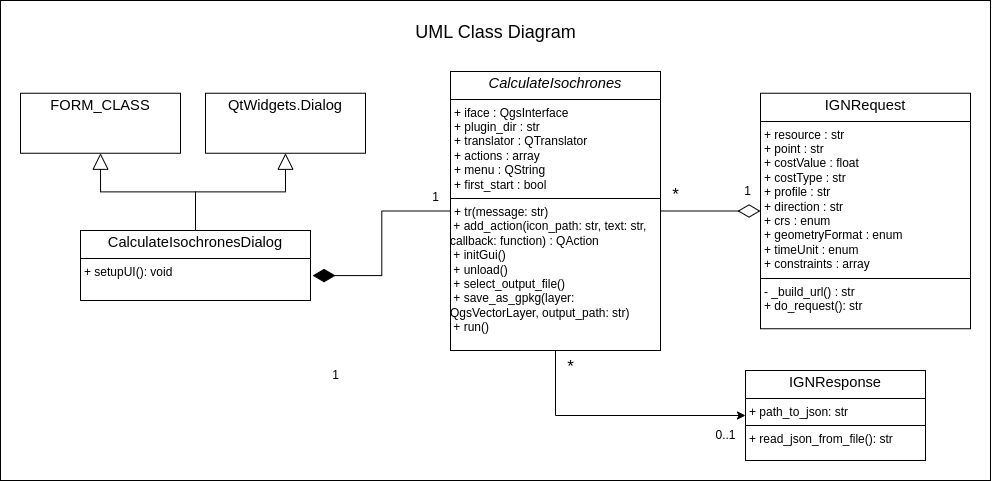
Before: diagrams/class_diagram.png, a diagram exported from draw.io (yolanda225/plugin-qgis-oop). Source tidied: cells renumbered, new cells last; positions are measured from the earlier drawing's top-left corner, leaving out a move shared by most shapes.
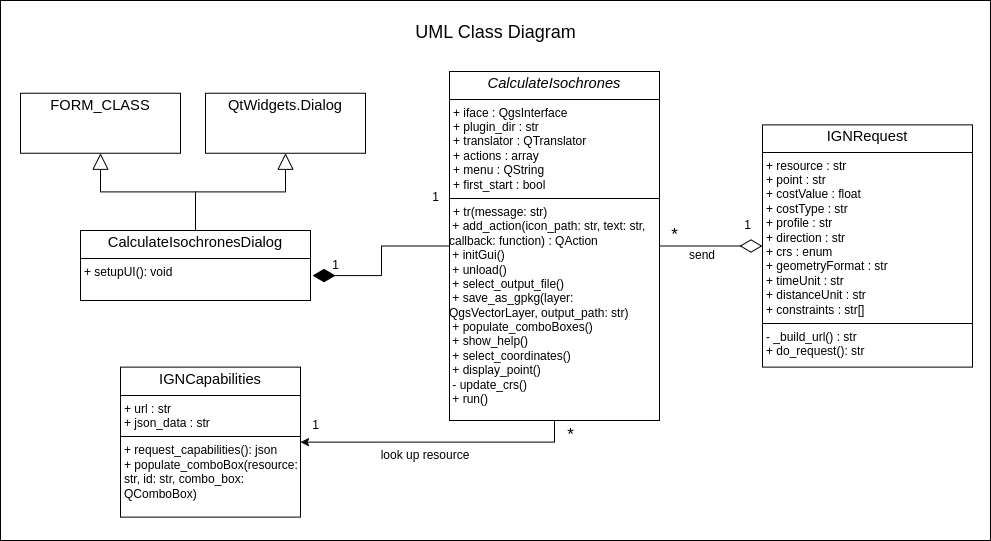
The same diagram one commit later.

Change to the diagram source:
```diff
@@ -3,7 +3,7 @@
     <mxCell id="0" />
     <mxCell id="1" parent="0" />
     <mxCell id="2" style="rounded=0;whiteSpace=wrap;html=1;" parent="1" vertex="1">
-      <mxGeometry width="990" height="480" as="geometry" />
+      <mxGeometry width="990" height="540" as="geometry" />
     </mxCell>
     <mxCell id="3" style="edgeStyle=orthogonalEdgeStyle;html=1;exitX=0.5;exitY=0;exitDx=0;exitDy=0;endArrow=block;endFill=0;endSize=14;entryX=0.5;entryY=1;entryDx=0;entryDy=0;fontColor=light-dark(#000000,#C0C0C0);rounded=0;curved=0;" parent="1" edge="1" source="13" target="12">
       <mxGeometry relative="1" as="geometry" />
@@ -17,20 +17,17 @@
     <mxCell id="6" value="&lt;font style=&quot;font-size: 18px;&quot;&gt;UML Class Diagram&lt;/font&gt;" style="text;html=1;align=center;verticalAlign=middle;strokeColor=none;fillColor=none;fontSize=21;" parent="1" vertex="1">
       <mxGeometry x="405" y="10" width="180" height="40" as="geometry" />
     </mxCell>
-    <mxCell id="7" style="edgeStyle=orthogonalEdgeStyle;html=1;exitX=0.5;exitY=1;exitDx=0;exitDy=0;entryX=0;entryY=0.5;entryDx=0;entryDy=0;rounded=0;curved=0;fontColor=light-dark(#000000,#C0C0C0);" parent="1" edge="1" source="14" target="16">
-      <mxGeometry relative="1" as="geometry" />
-    </mxCell>
     <mxCell id="8" value="1" style="text;html=1;align=center;verticalAlign=middle;strokeColor=none;fillColor=none;fontColor=light-dark(#000000,#C0C0C0);" parent="1" vertex="1">
-      <mxGeometry x="320" y="360" width="30" height="30" as="geometry" />
+      <mxGeometry x="320" y="250" width="30" height="30" as="geometry" />
     </mxCell>
-    <mxCell id="9" value="0..1" style="text;html=1;align=center;verticalAlign=middle;strokeColor=none;fillColor=none;fontColor=light-dark(#000000,#C0C0C0);" parent="1" vertex="1">
-      <mxGeometry x="705" y="420" width="40" height="30" as="geometry" />
+    <mxCell id="9" value="1" style="text;html=1;align=center;verticalAlign=middle;strokeColor=none;fillColor=none;fontColor=light-dark(#000000,#C0C0C0);" parent="1" vertex="1">
+      <mxGeometry x="300" y="410" width="30" height="30" as="geometry" />
     </mxCell>
     <mxCell id="10" value="1" style="text;html=1;align=center;verticalAlign=middle;strokeColor=none;fillColor=none;fontColor=light-dark(#000000,#C0C0C0);" parent="1" vertex="1">
-      <mxGeometry x="732" y="176" width="30" height="30" as="geometry" />
+      <mxGeometry x="732" y="210" width="30" height="30" as="geometry" />
     </mxCell>
     <mxCell id="11" value="*" style="text;html=1;align=center;verticalAlign=middle;strokeColor=none;fillColor=none;fontSize=17;fontColor=light-dark(#000000,#C0C0C0);" parent="1" vertex="1">
-      <mxGeometry x="555" y="352" width="30" height="30" as="geometry" />
+      <mxGeometry x="555" y="420" width="30" height="30" as="geometry" />
     </mxCell>
     <mxCell id="12" value="&lt;p style=&quot;margin:0px;margin-top:4px;text-align:center;&quot;&gt;&lt;span style=&quot;font-family: Arial, sans-serif; font-size: 14.6667px; white-space-collapse: preserve;&quot;&gt;&lt;font style=&quot;&quot;&gt;QtWidgets.Dialog&lt;/font&gt;&lt;/span&gt;&lt;/p&gt;" style="verticalAlign=top;align=left;overflow=fill;html=1;whiteSpace=wrap;fontColor=light-dark(#000000,#C0C0C0);" parent="1" vertex="1">
       <mxGeometry x="205" y="92.8" width="160" height="60" as="geometry" />
@@ -38,17 +35,20 @@
     <mxCell id="13" value="&lt;p style=&quot;margin:0px;margin-top:4px;text-align:center;&quot;&gt;&lt;span style=&quot;font-family: Arial, sans-serif; font-size: 14.6667px; white-space-collapse: preserve;&quot;&gt;&lt;font style=&quot;&quot;&gt;CalculateIsochronesDialog&lt;/font&gt;&lt;/span&gt;&lt;/p&gt;&lt;hr style=&quot;border-style:solid;&quot; size=&quot;1&quot;&gt;&lt;p style=&quot;margin:0px;margin-left:4px;&quot;&gt;+ setupUI(): void&lt;/p&gt;" style="verticalAlign=top;align=left;overflow=fill;html=1;whiteSpace=wrap;fontColor=light-dark(#000000,#C0C0C0);" parent="1" vertex="1">
       <mxGeometry x="80" y="230" width="230" height="70" as="geometry" />
     </mxCell>
+    <mxCell id="7" style="edgeStyle=orthogonalEdgeStyle;html=1;exitX=0.5;exitY=1;exitDx=0;exitDy=0;entryX=1;entryY=0.5;entryDx=0;entryDy=0;rounded=0;curved=0;" parent="1" edge="1" source="14" target="16">
+      <mxGeometry relative="1" as="geometry" />
+    </mxCell>
-    <mxCell id="14" value="&lt;p style=&quot;margin:0px;margin-top:4px;text-align:center;&quot;&gt;&lt;i style=&quot;scrollbar-color: rgb(75, 75, 75) rgb(27, 29, 30); font-family: Arial, sans-serif; font-size: 14.6667px; white-space-collapse: preserve;&quot;&gt;&lt;font style=&quot;&quot;&gt;CalculateIsochrones&lt;/font&gt;&lt;/i&gt;&lt;/p&gt;&lt;hr style=&quot;border-style:solid;&quot; size=&quot;1&quot;&gt;&lt;p style=&quot;margin:0px;margin-left:4px;&quot;&gt;&lt;font style=&quot;&quot;&gt;+ iface : QgsInterface&lt;/font&gt;&lt;/p&gt;&lt;p style=&quot;margin:0px;margin-left:4px;&quot;&gt;&lt;font style=&quot;&quot;&gt;+ plugin_dir : str&lt;/font&gt;&lt;/p&gt;&lt;p style=&quot;margin:0px;margin-left:4px;&quot;&gt;&lt;font style=&quot;&quot;&gt;+ translator : QTranslator&lt;/font&gt;&lt;/p&gt;&lt;p style=&quot;margin:0px;margin-left:4px;&quot;&gt;&lt;font style=&quot;&quot;&gt;+ actions : array&lt;/font&gt;&lt;/p&gt;&lt;p style=&quot;margin:0px;margin-left:4px;&quot;&gt;&lt;font style=&quot;&quot;&gt;+ menu :&amp;nbsp;&lt;/font&gt;&lt;span style=&quot;background-color: transparent;&quot;&gt;QString&lt;/span&gt;&lt;/p&gt;&lt;p style=&quot;margin:0px;margin-left:4px;&quot;&gt;&lt;font style=&quot;&quot;&gt;+ first_start : bool&lt;/font&gt;&lt;/p&gt;&lt;hr style=&quot;border-style:solid;&quot; size=&quot;1&quot;&gt;&lt;p style=&quot;margin:0px;margin-left:4px;&quot;&gt;&lt;font style=&quot;&quot;&gt;+ tr(message: str)&lt;/font&gt;&lt;/p&gt;&lt;div style=&quot;scrollbar-color: rgb(75, 75, 75) rgb(27, 29, 30);&quot;&gt;&lt;font style=&quot;&quot;&gt;&amp;nbsp;+ add_action(icon_path: str, text: str, callback: function) : QAction&lt;/font&gt;&lt;/div&gt;&lt;div style=&quot;scrollbar-color: rgb(75, 75, 75) rgb(27, 29, 30);&quot;&gt;&lt;font style=&quot;&quot;&gt;&amp;nbsp;+ initGui()&lt;/font&gt;&lt;/div&gt;&lt;div style=&quot;scrollbar-color: rgb(75, 75, 75) rgb(27, 29, 30);&quot;&gt;&lt;font style=&quot;&quot;&gt;&amp;nbsp;+ unload()&lt;/font&gt;&lt;/div&gt;&lt;div style=&quot;scrollbar-color: rgb(75, 75, 75) rgb(27, 29, 30);&quot;&gt;&lt;font style=&quot;&quot;&gt;&amp;nbsp;+ select_output_file()&lt;/font&gt;&lt;/div&gt;&lt;div style=&quot;scrollbar-color: rgb(75, 75, 75) rgb(27, 29, 30);&quot;&gt;&lt;font style=&quot;&quot;&gt;&amp;nbsp;+ save_as_gpkg(layer: QgsVectorLayer, output_path: str)&lt;/font&gt;&lt;/div&gt;&lt;div style=&quot;scrollbar-color: rgb(75, 75, 75) rgb(27, 29, 30);&quot;&gt;&lt;font style=&quot;&quot;&gt;&amp;nbsp;+ run()&lt;/font&gt;&lt;/div&gt;" style="verticalAlign=top;align=left;overflow=fill;html=1;whiteSpace=wrap;fontColor=light-dark(#000000,#C0C0C0);" parent="1" vertex="1">
-      <mxGeometry x="450" y="71" width="210" height="279" as="geometry" />
+    <mxCell id="14" value="&lt;p style=&quot;margin:0px;margin-top:4px;text-align:center;&quot;&gt;&lt;i style=&quot;scrollbar-color: rgb(75, 75, 75) rgb(27, 29, 30); font-family: Arial, sans-serif; font-size: 14.6667px; white-space-collapse: preserve;&quot;&gt;&lt;font style=&quot;&quot;&gt;CalculateIsochrones&lt;/font&gt;&lt;/i&gt;&lt;/p&gt;&lt;hr style=&quot;border-style:solid;&quot; size=&quot;1&quot;&gt;&lt;p style=&quot;margin:0px;margin-left:4px;&quot;&gt;&lt;font style=&quot;&quot;&gt;+ iface : QgsInterface&lt;/font&gt;&lt;/p&gt;&lt;p style=&quot;margin:0px;margin-left:4px;&quot;&gt;&lt;font style=&quot;&quot;&gt;+ plugin_dir : str&lt;/font&gt;&lt;/p&gt;&lt;p style=&quot;margin:0px;margin-left:4px;&quot;&gt;&lt;font style=&quot;&quot;&gt;+ translator : QTranslator&lt;/font&gt;&lt;/p&gt;&lt;p style=&quot;margin:0px;margin-left:4px;&quot;&gt;&lt;font style=&quot;&quot;&gt;+ actions : array&lt;/font&gt;&lt;/p&gt;&lt;p style=&quot;margin:0px;margin-left:4px;&quot;&gt;&lt;font style=&quot;&quot;&gt;+ menu :&amp;nbsp;&lt;/font&gt;&lt;span style=&quot;background-color: transparent;&quot;&gt;QString&lt;/span&gt;&lt;/p&gt;&lt;p style=&quot;margin:0px;margin-left:4px;&quot;&gt;&lt;font style=&quot;&quot;&gt;+ first_start : bool&lt;/font&gt;&lt;/p&gt;&lt;hr style=&quot;border-style:solid;&quot; size=&quot;1&quot;&gt;&lt;p style=&quot;margin:0px;margin-left:4px;&quot;&gt;&lt;font style=&quot;&quot;&gt;+ tr(message: str)&lt;/font&gt;&lt;/p&gt;&lt;div style=&quot;scrollbar-color: rgb(75, 75, 75) rgb(27, 29, 30);&quot;&gt;&lt;font style=&quot;&quot;&gt;&amp;nbsp;+ add_action(icon_path: str, text: str, callback: function) : QAction&lt;/font&gt;&lt;/div&gt;&lt;div style=&quot;scrollbar-color: rgb(75, 75, 75) rgb(27, 29, 30);&quot;&gt;&lt;font style=&quot;&quot;&gt;&amp;nbsp;+ initGui()&lt;/font&gt;&lt;/div&gt;&lt;div style=&quot;scrollbar-color: rgb(75, 75, 75) rgb(27, 29, 30);&quot;&gt;&lt;font style=&quot;&quot;&gt;&amp;nbsp;+ unload()&lt;/font&gt;&lt;/div&gt;&lt;div style=&quot;scrollbar-color: rgb(75, 75, 75) rgb(27, 29, 30);&quot;&gt;&lt;font style=&quot;&quot;&gt;&amp;nbsp;+ select_output_file()&lt;/font&gt;&lt;/div&gt;&lt;div style=&quot;scrollbar-color: rgb(75, 75, 75) rgb(27, 29, 30);&quot;&gt;&lt;font style=&quot;&quot;&gt;&amp;nbsp;+ save_as_gpkg(layer: QgsVectorLayer, output_path: str)&lt;/font&gt;&lt;/div&gt;&lt;div style=&quot;scrollbar-color: rgb(75, 75, 75) rgb(27, 29, 30);&quot;&gt;&lt;font style=&quot;&quot;&gt;&amp;nbsp;+ populate_comboBoxes()&lt;/font&gt;&lt;/div&gt;&lt;div style=&quot;scrollbar-color: rgb(75, 75, 75) rgb(27, 29, 30);&quot;&gt;&lt;font style=&quot;&quot;&gt;&amp;nbsp;+ show_help()&lt;/font&gt;&lt;/div&gt;&lt;div style=&quot;scrollbar-color: rgb(75, 75, 75) rgb(27, 29, 30);&quot;&gt;&lt;font style=&quot;&quot;&gt;&amp;nbsp;+ select_coordinates()&lt;/font&gt;&lt;/div&gt;&lt;div style=&quot;scrollbar-color: rgb(75, 75, 75) rgb(27, 29, 30);&quot;&gt;&lt;font style=&quot;&quot;&gt;&amp;nbsp;+ display_point()&lt;/font&gt;&lt;/div&gt;&lt;div style=&quot;scrollbar-color: rgb(75, 75, 75) rgb(27, 29, 30);&quot;&gt;&lt;font style=&quot;&quot;&gt;&amp;nbsp;- update_crs()&lt;/font&gt;&lt;/div&gt;&lt;div style=&quot;scrollbar-color: rgb(75, 75, 75) rgb(27, 29, 30);&quot;&gt;&lt;font style=&quot;&quot;&gt;&amp;nbsp;+ run()&lt;/font&gt;&lt;/div&gt;" style="verticalAlign=top;align=left;overflow=fill;html=1;whiteSpace=wrap;fontColor=light-dark(#000000,#C0C0C0);" parent="1" vertex="1">
+      <mxGeometry x="449" y="71" width="210" height="349" as="geometry" />
     </mxCell>
-    <mxCell id="15" value="&lt;p style=&quot;margin:0px;margin-top:4px;text-align:center;&quot;&gt;&lt;font style=&quot;&quot;&gt;&lt;font face=&quot;Arial, sans-serif&quot; style=&quot;scrollbar-color: rgb(75, 75, 75) rgb(27, 29, 30); text-wrap-mode: nowrap;&quot;&gt;&lt;span style=&quot;scrollbar-color: rgb(75, 75, 75) rgb(27, 29, 30); font-size: 14.6667px; white-space: pre-wrap;&quot;&gt;IGNRequest&lt;/span&gt;&lt;/font&gt;&lt;span style=&quot;scrollbar-color: rgb(75, 75, 75) rgb(27, 29, 30); text-wrap-mode: nowrap; font-family: monospace; font-size: 0px; text-align: start;&quot;&gt;%3CmxGraphModel%3E%3Croot%3E%3CmxCell%20id%3D%220%22%2F%3E%3CmxCell%20id%3D%221%22%20parent%3D%220%22%2F%3E%3CmxCell%20id%3D%222%22%20value%3D%22%26lt%3Bfont%20face%3D%26quot%3BArial%2C%20sans-serif%26quot%3B%20color%3D%26quot%3B%23000000%26quot%3B%26gt%3B%26lt%3Bspan%20style%3D%26quot%3Bfont-size%3A%2014.6667px%3B%20white-space%3A%20pre-wrap%3B%26quot%3B%26gt%3BCalculateIsochrones%26lt%3B%2Fspan%26gt%3B%26lt%3B%2Ffont%26gt%3B%22%20style%3D%22swimlane%3BfontStyle%3D0%3BchildLayout%3DstackLayout%3Bhorizontal%3D1%3BstartSize%3D26%3BfillColor%3Dnone%3BhorizontalStack%3D0%3BresizeParent%3D1%3BresizeParentMax%3D0%3BresizeLast%3D0%3Bcollapsible%3D1%3BmarginBottom%3D0%3Bhtml%3D1%3B%22%20vertex%3D%221%22%20parent%3D%221%22%3E%3CmxGeometry%20x%3D%22540%22%20y%3D%22130%22%20width%3D%22160%22%20height%3D%22160%22%20as%3D%22geometry%22%2F%3E%3C%2FmxCell%3E%3CmxCell%20id%3D%223%22%20value%3D%22Item%201%22%20style%3D%22text%3BstrokeColor%3Dnone%3BfillColor%3Dnone%3Balign%3Dleft%3BverticalAlign%3Dtop%3BspacingLeft%3D4%3BspacingRight%3D4%3Boverflow%3Dhidden%3Brotatable%3D0%3Bpoints%3D%5B%5B0%2C0.5%5D%2C%5B1%2C0.5%5D%5D%3BportConstraint%3Deastwest%3BwhiteSpace%3Dwrap%3Bhtml%3D1%3B%22%20vertex%3D%221%22%20parent%3D%222%22%3E%3CmxGeometry%20y%3D%2226%22%20width%3D%22160%22%20height%3D%2226%22%20as%3D%22geometry%22%2F%3E%3C%2FmxCell%3E%3CmxCell%20id%3D%224%22%20value%3D%22Item%202%22%20style%3D%22text%3BstrokeColor%3Dnone%3BfillColor%3Dnone%3Balign%3Dleft%3BverticalAlign%3Dtop%3BspacingLeft%3D4%3BspacingRight%3D4%3Boverflow%3Dhidden%3Brotatable%3D0%3Bpoints%3D%5B%5B0%2C0.5%5D%2C%5B1%2C0.5%5D%5D%3BportConstraint%3Deastwest%3BwhiteSpace%3Dwrap%3Bhtml%3D1%3B%22%20vertex%3D%221%22%20parent%3D%222%22%3E%3CmxGeometry%20y%3D%2252%22%20width%3D%22160%22%20height%3D%22108%22%20as%3D%22geometry%22%2F%3E%3C%2FmxCell%3E%3CmxCell%20id%3D%225%22%20style%3D%22edgeStyle%3Dnone%3Bhtml%3D1%3BexitX%3D0%3BexitY%3D0.5%3BexitDx%3D0%3BexitDy%3D0%3BentryX%3D1%3BentryY%3D0.5%3BentryDx%3D0%3BentryDy%3D0%3BendArrow%3Dnone%3BendFill%3D0%3B%22%20edge%3D%221%22%20parent%3D%222%22%20source%3D%224%22%20target%3D%224%22%3E%3CmxGeometry%20relative%3D%221%22%20as%3D%22geometry%22%2F%3E%3C%2FmxCell%3E%3C%2Froot%3E%3C%2FmxGraphModel%3E&lt;/span&gt;&lt;/font&gt;&lt;/p&gt;&lt;hr style=&quot;border-style:solid;&quot; size=&quot;1&quot;&gt;&lt;p style=&quot;margin:0px;margin-left:4px;&quot;&gt;&lt;font style=&quot;&quot;&gt;+ resource : str&lt;/font&gt;&lt;/p&gt;&lt;p style=&quot;margin:0px;margin-left:4px;&quot;&gt;+ point : str&lt;/p&gt;&lt;p style=&quot;margin:0px;margin-left:4px;&quot;&gt;+ costValue : float&lt;/p&gt;&lt;p style=&quot;margin:0px;margin-left:4px;&quot;&gt;+ costType : str&lt;/p&gt;&lt;p style=&quot;margin:0px;margin-left:4px;&quot;&gt;+ profile : str&lt;/p&gt;&lt;p style=&quot;margin:0px;margin-left:4px;&quot;&gt;+ direction : str&lt;/p&gt;&lt;p style=&quot;margin:0px;margin-left:4px;&quot;&gt;+ crs : enum&lt;/p&gt;&lt;p style=&quot;margin:0px;margin-left:4px;&quot;&gt;+ geometryFormat : enum&lt;/p&gt;&lt;p style=&quot;margin:0px;margin-left:4px;&quot;&gt;+ timeUnit : enum&lt;/p&gt;&lt;p style=&quot;margin:0px;margin-left:4px;&quot;&gt;+ constraints : array&lt;/p&gt;&lt;hr style=&quot;border-style:solid;&quot; size=&quot;1&quot;&gt;&lt;p style=&quot;margin:0px;margin-left:4px;&quot;&gt;&lt;font style=&quot;&quot;&gt;- _build_url() : str&lt;/font&gt;&lt;/p&gt;&lt;p style=&quot;margin:0px;margin-left:4px;&quot;&gt;&lt;span style=&quot;background-color: transparent;&quot;&gt;&lt;font&gt;&lt;font style=&quot;&quot;&gt;+&lt;/font&gt;&lt;font style=&quot;&quot;&gt; do_request(): str&lt;/font&gt;&lt;/font&gt;&lt;/span&gt;&lt;/p&gt;" style="verticalAlign=top;align=left;overflow=fill;html=1;whiteSpace=wrap;fontColor=light-dark(#000000,#C0C0C0);" parent="1" vertex="1">
-      <mxGeometry x="760" y="92.8" width="210" height="235.5" as="geometry" />
+    <mxCell id="15" value="&lt;p style=&quot;margin:0px;margin-top:4px;text-align:center;&quot;&gt;&lt;font style=&quot;&quot;&gt;&lt;font face=&quot;Arial, sans-serif&quot; style=&quot;scrollbar-color: rgb(75, 75, 75) rgb(27, 29, 30); text-wrap-mode: nowrap;&quot;&gt;&lt;span style=&quot;scrollbar-color: rgb(75, 75, 75) rgb(27, 29, 30); font-size: 14.6667px; white-space: pre-wrap;&quot;&gt;IGNRequest&lt;/span&gt;&lt;/font&gt;&lt;span style=&quot;scrollbar-color: rgb(75, 75, 75) rgb(27, 29, 30); text-wrap-mode: nowrap; font-family: monospace; font-size: 0px; text-align: start;&quot;&gt;%3CmxGraphModel%3E%3Croot%3E%3CmxCell%20id%3D%220%22%2F%3E%3CmxCell%20id%3D%221%22%20parent%3D%220%22%2F%3E%3CmxCell%20id%3D%222%22%20value%3D%22%26lt%3Bfont%20face%3D%26quot%3BArial%2C%20sans-serif%26quot%3B%20color%3D%26quot%3B%23000000%26quot%3B%26gt%3B%26lt%3Bspan%20style%3D%26quot%3Bfont-size%3A%2014.6667px%3B%20white-space%3A%20pre-wrap%3B%26quot%3B%26gt%3BCalculateIsochrones%26lt%3B%2Fspan%26gt%3B%26lt%3B%2Ffont%26gt%3B%22%20style%3D%22swimlane%3BfontStyle%3D0%3BchildLayout%3DstackLayout%3Bhorizontal%3D1%3BstartSize%3D26%3BfillColor%3Dnone%3BhorizontalStack%3D0%3BresizeParent%3D1%3BresizeParentMax%3D0%3BresizeLast%3D0%3Bcollapsible%3D1%3BmarginBottom%3D0%3Bhtml%3D1%3B%22%20vertex%3D%221%22%20parent%3D%221%22%3E%3CmxGeometry%20x%3D%22540%22%20y%3D%22130%22%20width%3D%22160%22%20height%3D%22160%22%20as%3D%22geometry%22%2F%3E%3C%2FmxCell%3E%3CmxCell%20id%3D%223%22%20value%3D%22Item%201%22%20style%3D%22text%3BstrokeColor%3Dnone%3BfillColor%3Dnone%3Balign%3Dleft%3BverticalAlign%3Dtop%3BspacingLeft%3D4%3BspacingRight%3D4%3Boverflow%3Dhidden%3Brotatable%3D0%3Bpoints%3D%5B%5B0%2C0.5%5D%2C%5B1%2C0.5%5D%5D%3BportConstraint%3Deastwest%3BwhiteSpace%3Dwrap%3Bhtml%3D1%3B%22%20vertex%3D%221%22%20parent%3D%222%22%3E%3CmxGeometry%20y%3D%2226%22%20width%3D%22160%22%20height%3D%2226%22%20as%3D%22geometry%22%2F%3E%3C%2FmxCell%3E%3CmxCell%20id%3D%224%22%20value%3D%22Item%202%22%20style%3D%22text%3BstrokeColor%3Dnone%3BfillColor%3Dnone%3Balign%3Dleft%3BverticalAlign%3Dtop%3BspacingLeft%3D4%3BspacingRight%3D4%3Boverflow%3Dhidden%3Brotatable%3D0%3Bpoints%3D%5B%5B0%2C0.5%5D%2C%5B1%2C0.5%5D%5D%3BportConstraint%3Deastwest%3BwhiteSpace%3Dwrap%3Bhtml%3D1%3B%22%20vertex%3D%221%22%20parent%3D%222%22%3E%3CmxGeometry%20y%3D%2252%22%20width%3D%22160%22%20height%3D%22108%22%20as%3D%22geometry%22%2F%3E%3C%2FmxCell%3E%3CmxCell%20id%3D%225%22%20style%3D%22edgeStyle%3Dnone%3Bhtml%3D1%3BexitX%3D0%3BexitY%3D0.5%3BexitDx%3D0%3BexitDy%3D0%3BentryX%3D1%3BentryY%3D0.5%3BentryDx%3D0%3BentryDy%3D0%3BendArrow%3Dnone%3BendFill%3D0%3B%22%20edge%3D%221%22%20parent%3D%222%22%20source%3D%224%22%20target%3D%224%22%3E%3CmxGeometry%20relative%3D%221%22%20as%3D%22geometry%22%2F%3E%3C%2FmxCell%3E%3C%2Froot%3E%3C%2FmxGraphModel%3E&lt;/span&gt;&lt;/font&gt;&lt;/p&gt;&lt;hr style=&quot;border-style:solid;&quot; size=&quot;1&quot;&gt;&lt;p style=&quot;margin:0px;margin-left:4px;&quot;&gt;&lt;font style=&quot;&quot;&gt;+ resource : str&lt;/font&gt;&lt;/p&gt;&lt;p style=&quot;margin:0px;margin-left:4px;&quot;&gt;+ point : str&lt;/p&gt;&lt;p style=&quot;margin:0px;margin-left:4px;&quot;&gt;+ costValue : float&lt;/p&gt;&lt;p style=&quot;margin:0px;margin-left:4px;&quot;&gt;+ costType : str&lt;/p&gt;&lt;p style=&quot;margin:0px;margin-left:4px;&quot;&gt;+ profile : str&lt;/p&gt;&lt;p style=&quot;margin:0px;margin-left:4px;&quot;&gt;+ direction : str&lt;/p&gt;&lt;p style=&quot;margin:0px;margin-left:4px;&quot;&gt;+ crs : enum&lt;/p&gt;&lt;p style=&quot;margin:0px;margin-left:4px;&quot;&gt;+ geometryFormat : str&lt;/p&gt;&lt;p style=&quot;margin:0px;margin-left:4px;&quot;&gt;+ timeUnit : str&lt;/p&gt;&lt;p style=&quot;margin:0px;margin-left:4px;&quot;&gt;+ distanceUnit : str&lt;/p&gt;&lt;p style=&quot;margin:0px;margin-left:4px;&quot;&gt;+ constraints : str[]&lt;/p&gt;&lt;hr style=&quot;border-style:solid;&quot; size=&quot;1&quot;&gt;&lt;p style=&quot;margin:0px;margin-left:4px;&quot;&gt;&lt;font style=&quot;&quot;&gt;- _build_url() : str&lt;/font&gt;&lt;/p&gt;&lt;p style=&quot;margin:0px;margin-left:4px;&quot;&gt;&lt;span style=&quot;background-color: transparent;&quot;&gt;&lt;font&gt;&lt;font style=&quot;&quot;&gt;+&lt;/font&gt;&lt;font style=&quot;&quot;&gt; do_request(): str&lt;/font&gt;&lt;/font&gt;&lt;/span&gt;&lt;/p&gt;" style="verticalAlign=top;align=left;overflow=fill;html=1;whiteSpace=wrap;fontColor=light-dark(#000000,#C0C0C0);" parent="1" vertex="1">
+      <mxGeometry x="762" y="124.4" width="210" height="242.2" as="geometry" />
     </mxCell>
-    <mxCell id="16" value="&lt;p style=&quot;margin:0px;margin-top:4px;text-align:center;&quot;&gt;&lt;font face=&quot;Arial, sans-serif&quot;&gt;&lt;span style=&quot;font-size: 14.6667px; white-space-collapse: preserve;&quot;&gt;IGNResponse&lt;/span&gt;&lt;/font&gt;&lt;/p&gt;&lt;hr style=&quot;border-style:solid;&quot; size=&quot;1&quot;&gt;&lt;p style=&quot;margin:0px;margin-left:4px;&quot;&gt;+ path_to_json: str&lt;/p&gt;&lt;hr style=&quot;border-style:solid;&quot; size=&quot;1&quot;&gt;&lt;p style=&quot;margin:0px;margin-left:4px;&quot;&gt;+ read_json_from_file(): str&lt;/p&gt;" style="verticalAlign=top;align=left;overflow=fill;html=1;whiteSpace=wrap;fontColor=light-dark(#000000,#C0C0C0);" parent="1" vertex="1">
-      <mxGeometry x="745" y="370" width="180" height="90" as="geometry" />
+    <mxCell id="16" value="&lt;p style=&quot;margin:0px;margin-top:4px;text-align:center;&quot;&gt;&lt;font face=&quot;Arial, sans-serif&quot;&gt;&lt;span style=&quot;font-size: 14.6667px; white-space-collapse: preserve;&quot;&gt;IGNCapabilities&lt;/span&gt;&lt;/font&gt;&lt;/p&gt;&lt;hr style=&quot;border-style:solid;&quot; size=&quot;1&quot;&gt;&lt;p style=&quot;margin:0px;margin-left:4px;&quot;&gt;+ url : str&lt;/p&gt;&lt;p style=&quot;margin:0px;margin-left:4px;&quot;&gt;+ json_data : str&lt;/p&gt;&lt;hr style=&quot;border-style:solid;&quot; size=&quot;1&quot;&gt;&lt;p style=&quot;margin:0px;margin-left:4px;&quot;&gt;+ request_capabilities(): json&lt;/p&gt;&lt;p style=&quot;margin:0px;margin-left:4px;&quot;&gt;+ populate_comboBox(resource: str, id: str, combo_box: QComboBox)&amp;nbsp;&lt;/p&gt;" style="verticalAlign=top;align=left;overflow=fill;html=1;whiteSpace=wrap;fontColor=light-dark(#000000,#C0C0C0);" parent="1" vertex="1">
+      <mxGeometry x="120" y="366.6" width="180" height="150" as="geometry" />
     </mxCell>
     <mxCell id="17" value="*" style="text;html=1;align=center;verticalAlign=middle;strokeColor=none;fillColor=none;fontSize=17;fontColor=light-dark(#000000,#C0C0C0);" parent="1" vertex="1">
-      <mxGeometry x="660" y="180" width="30" height="30" as="geometry" />
+      <mxGeometry x="659" y="220" width="30" height="30" as="geometry" />
     </mxCell>
     <mxCell id="18" value="&lt;p style=&quot;margin:0px;margin-top:4px;text-align:center;&quot;&gt;&lt;font face=&quot;Arial, sans-serif&quot;&gt;&lt;span style=&quot;font-size: 14.6667px; white-space-collapse: preserve;&quot;&gt;FORM_CLASS&lt;/span&gt;&lt;/font&gt;&lt;/p&gt;" style="verticalAlign=top;align=left;overflow=fill;html=1;whiteSpace=wrap;fontColor=light-dark(#000000,#C0C0C0);" parent="1" vertex="1">
       <mxGeometry x="20" y="92.8" width="160" height="60" as="geometry" />
@@ -59,5 +59,11 @@
     <mxCell id="20" value="1" style="text;html=1;align=center;verticalAlign=middle;strokeColor=none;fillColor=none;fontColor=light-dark(#000000,#C0C0C0);" parent="1" vertex="1">
       <mxGeometry x="420" y="182" width="30" height="30" as="geometry" />
     </mxCell>
+    <mxCell id="21" value="look up resource" style="text;html=1;align=center;verticalAlign=middle;whiteSpace=wrap;rounded=0;" parent="1" vertex="1">
+      <mxGeometry x="365" y="440" width="120" height="30" as="geometry" />
+    </mxCell>
+    <mxCell id="22" value="send" style="text;html=1;align=center;verticalAlign=middle;whiteSpace=wrap;rounded=0;" parent="1" vertex="1">
+      <mxGeometry x="672" y="240" width="60" height="30" as="geometry" />
+    </mxCell>
   </root>
 </mxGraphModel>
```
